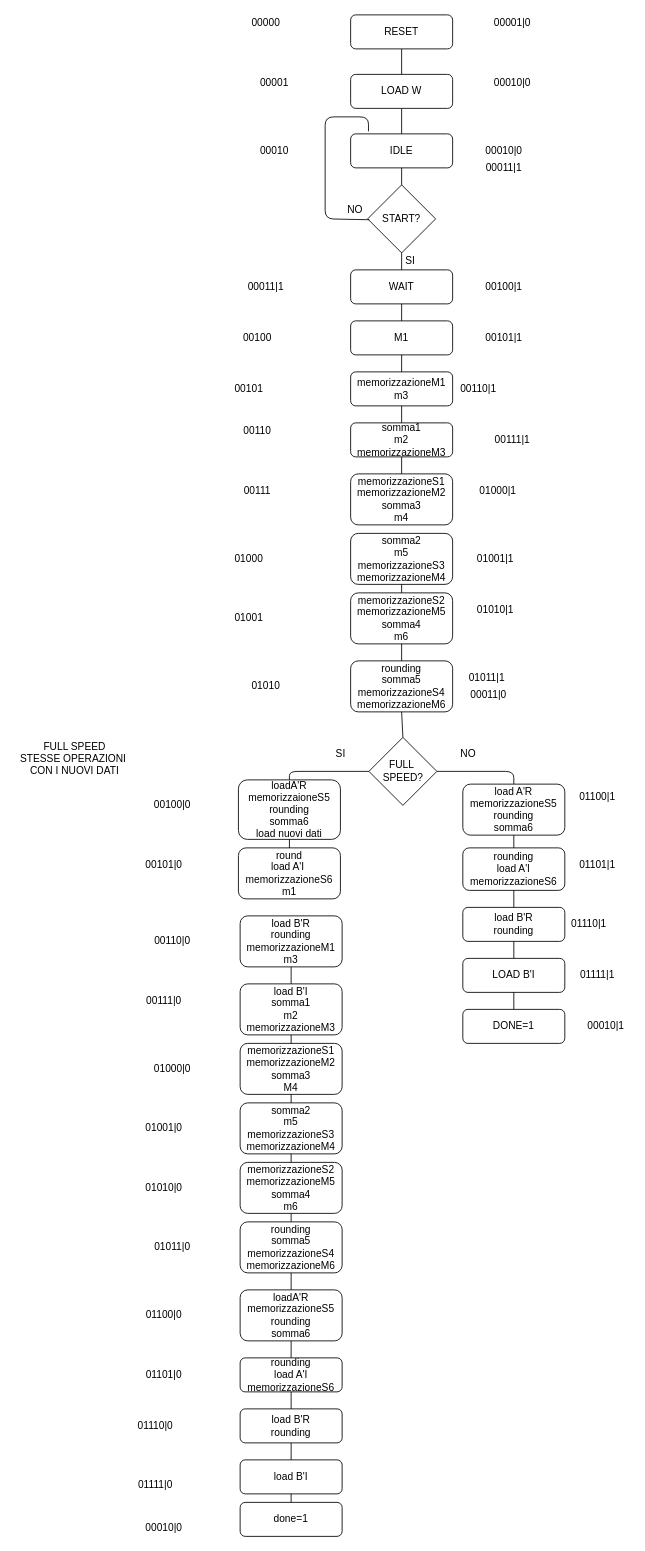
Above: butterfly/drawio/pallogramma butterfly.drawio in wackozz/SDI_20_21 (draw.io), before the change. Source tidied: cells renumbered, new cells numbered last; positions are measured from the earlier drawing's top-left corner, leaving out a move shared by most shapes. Both pictures are drawn from the tidied source at 85%, with x=0, y=0 at pixel (14, 14).
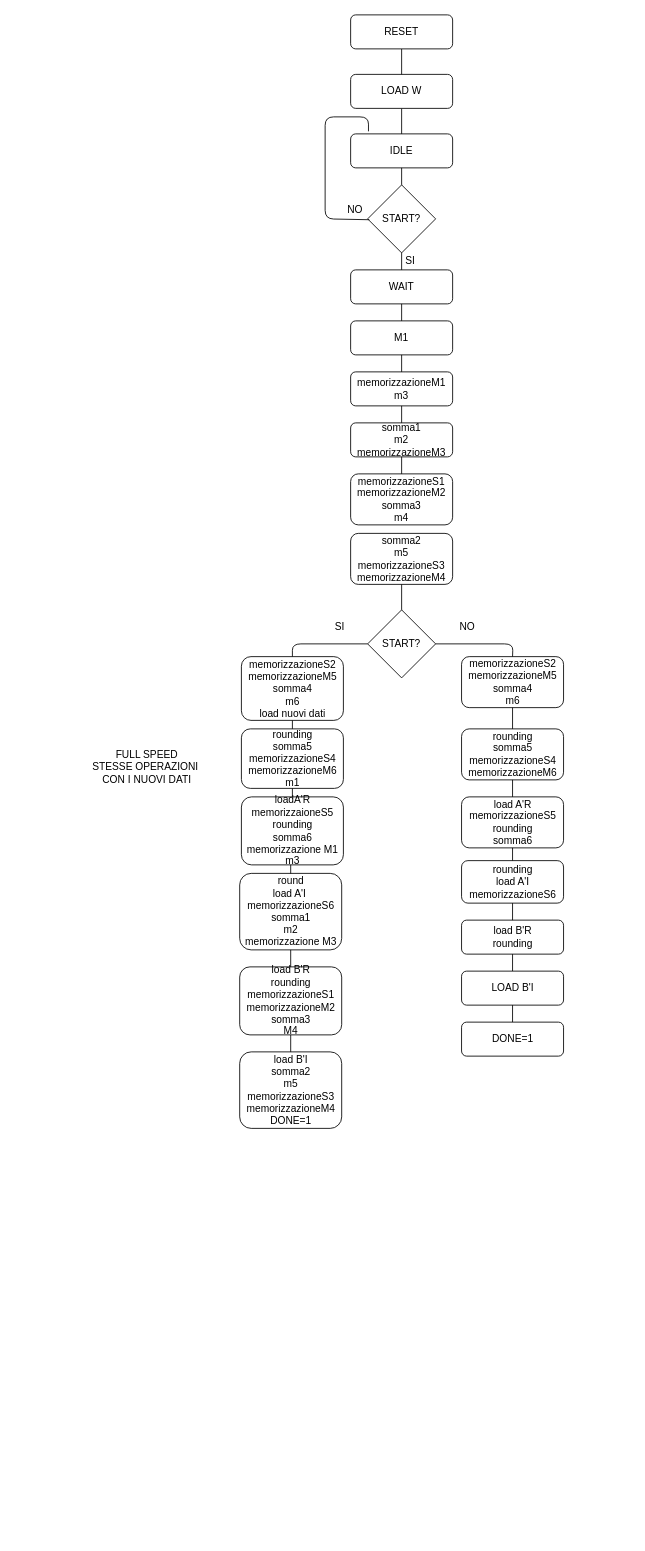
Above is the later version.

Unchanged cells that the change refers to:
```xml
<mxCell id="16" value="somma2&lt;br&gt;m5&lt;br&gt;memorizzazioneS3&lt;br&gt;memorizzazioneM4" style="rounded=1;whiteSpace=wrap;html=1;" parent="1" vertex="1">
  <mxGeometry x="395" y="610" width="120" height="60" as="geometry" />
</mxCell>
```

What changed in the source:
```diff
@@
-    <mxCell id="18" value="memorizzazioneS2&lt;br&gt;memorizzazioneM5&lt;br&gt;somma4&lt;br&gt;m6" style="rounded=1;whiteSpace=wrap;html=1;" parent="1" vertex="1">
-      <mxGeometry x="395" y="680" width="120" height="60" as="geometry" />
+    <mxCell id="18" value="memorizzazioneS2&lt;br&gt;memorizzazioneM5&lt;br&gt;somma4&lt;br&gt;m6&lt;br&gt;load nuovi dati" style="rounded=1;whiteSpace=wrap;html=1;" parent="1" vertex="1">
+      <mxGeometry x="266.5" y="755" width="120" height="75" as="geometry" />
     </mxCell>
-    <mxCell id="19" style="endArrow=none;html=1;exitX=0.5;exitY=1;exitDx=0;exitDy=0;entryX=0.5;entryY=0;entryDx=0;entryDy=0;" parent="1" edge="1" source="16" target="18">
-      <mxGeometry relative="1" as="geometry" />
-    </mxCell>
-    <mxCell id="20" value="FULL&amp;nbsp;&lt;br&gt;SPEED?" style="rhombus;whiteSpace=wrap;html=1;" parent="1" vertex="1">
-      <mxGeometry x="416.5" y="850" width="80" height="80" as="geometry" />
+    <mxCell id="20" value="START?" style="rhombus;whiteSpace=wrap;html=1;" parent="1" vertex="1">
+      <mxGeometry x="415" y="700" width="80" height="80" as="geometry" />
     </mxCell>
-    <mxCell id="21" style="endArrow=none;html=1;entryX=0;entryY=0.5;entryDx=0;entryDy=0;exitX=0.5;exitY=0;exitDx=0;exitDy=0;" parent="1" edge="1" source="25" target="20">
-      <mxGeometry relative="1" as="geometry">
-        <Array as="points">
-          <mxPoint x="323" y="890" />
-        </Array>
-      </mxGeometry>
-    </mxCell>
-    <mxCell id="22" style="endArrow=none;html=1;exitX=1;exitY=0.5;exitDx=0;exitDy=0;entryX=0.5;entryY=0;entryDx=0;entryDy=0;" parent="1" edge="1" source="20" target="37">
-      <mxGeometry relative="1" as="geometry">
-        <Array as="points">
-          <mxPoint x="587" y="890" />
-        </Array>
-      </mxGeometry>
-    </mxCell>
     <mxCell id="23" value="SI" style="text;html=1;align=center;verticalAlign=middle;" parent="1" vertex="1">
-      <mxGeometry x="368" y="860" width="30" height="20" as="geometry" />
+      <mxGeometry x="366.5" y="710" width="30" height="20" as="geometry" />
     </mxCell>
     <mxCell id="24" value="NO" style="text;html=1;align=center;verticalAlign=middle;" parent="1" vertex="1">
-      <mxGeometry x="518" y="860" width="30" height="20" as="geometry" />
+      <mxGeometry x="516.5" y="710" width="30" height="20" as="geometry" />
     </mxCell>
-    <mxCell id="25" value="loadA'R&lt;br&gt;memorizzaioneS5&lt;br&gt;rounding&lt;br&gt;somma6&lt;br&gt;load nuovi dati" style="rounded=1;whiteSpace=wrap;html=1;" parent="1" vertex="1">
-      <mxGeometry x="263" y="900" width="120" height="70" as="geometry" />
+    <mxCell id="25" value="loadA'R&lt;br&gt;memorizzaioneS5&lt;br&gt;rounding&lt;br&gt;somma6&lt;br&gt;memorizzazione M1&lt;br&gt;m3" style="rounded=1;whiteSpace=wrap;html=1;" parent="1" vertex="1">
+      <mxGeometry x="266.5" y="920" width="120" height="80" as="geometry" />
     </mxCell>
     <mxCell id="26" style="endArrow=none;html=1;entryX=0.5;entryY=1;entryDx=0;entryDy=0;" parent="1" edge="1">
       <mxGeometry relative="1" as="geometry">
-        <mxPoint x="323" y="990" as="sourcePoint" />
-        <mxPoint x="323" y="970" as="targetPoint" />
+        <mxPoint x="324.5" y="1020" as="sourcePoint" />
+        <mxPoint x="324.5" y="1000" as="targetPoint" />
       </mxGeometry>
     </mxCell>
-    <mxCell id="27" value="round&lt;br&gt;load A'I&amp;nbsp;&lt;br&gt;memorizzazioneS6&lt;br&gt;m1" style="rounded=1;whiteSpace=wrap;html=1;" parent="1" vertex="1">
-      <mxGeometry x="263" y="980" width="120" height="60" as="geometry" />
+    <mxCell id="27" value="round&lt;br&gt;load A'I&amp;nbsp;&lt;br&gt;memorizzazioneS6&lt;br&gt;somma1&lt;br&gt;m2&lt;br&gt;memorizzazione M3" style="rounded=1;whiteSpace=wrap;html=1;" parent="1" vertex="1">
+      <mxGeometry x="264.5" y="1010" width="120" height="90" as="geometry" />
     </mxCell>
-    <mxCell id="28" value="load B'R&lt;br&gt;rounding&lt;br&gt;memorizzazioneM1&lt;br&gt;m3" style="rounded=1;whiteSpace=wrap;html=1;" parent="1" vertex="1">
-      <mxGeometry x="265" y="1060" width="120" height="60" as="geometry" />
+    <mxCell id="28" value="load B'R&lt;br&gt;rounding&lt;br&gt;memorizzazioneS1&lt;br&gt;memorizzazioneM2&lt;br&gt;somma3&lt;br&gt;M4" style="rounded=1;whiteSpace=wrap;html=1;" parent="1" vertex="1">
+      <mxGeometry x="264.5" y="1120" width="120" height="80" as="geometry" />
     </mxCell>
-    <mxCell id="29" value="load B'I&lt;br&gt;somma1&lt;br&gt;m2&lt;br&gt;memorizzazioneM3" style="rounded=1;whiteSpace=wrap;html=1;" parent="1" vertex="1">
-      <mxGeometry x="265" y="1140" width="120" height="60" as="geometry" />
+    <mxCell id="29" value="load B'I&lt;br&gt;somma2&lt;br&gt;m5&lt;br&gt;memorizzazioneS3&lt;br&gt;memorizzazioneM4&lt;br&gt;DONE=1" style="rounded=1;whiteSpace=wrap;html=1;" parent="1" vertex="1">
+      <mxGeometry x="264.5" y="1220" width="120" height="90" as="geometry" />
     </mxCell>
-    <mxCell id="30" style="endArrow=none;html=1;entryX=0.5;entryY=1;entryDx=0;entryDy=0;" parent="1" edge="1" target="29">
-      <mxGeometry relative="1" as="geometry">
-        <mxPoint x="325" y="1270" as="sourcePoint" />
-      </mxGeometry>
-    </mxCell>
-    <mxCell id="31" value="memorizzazioneS1&lt;br&gt;memorizzazioneM2&lt;br&gt;somma3&lt;br&gt;M4" style="rounded=1;whiteSpace=wrap;html=1;" parent="1" vertex="1">
-      <mxGeometry x="265" y="1210" width="120" height="60" as="geometry" />
-    </mxCell>
-    <mxCell id="32" style="endArrow=none;html=1;exitX=0.5;exitY=1;exitDx=0;exitDy=0;" parent="1" edge="1" source="31">
-      <mxGeometry relative="1" as="geometry">
-        <mxPoint x="325" y="1330" as="targetPoint" />
-      </mxGeometry>
-    </mxCell>
-    <mxCell id="33" value="somma2&lt;br&gt;m5&lt;br&gt;memorizzazioneS3&lt;br&gt;memorizzazioneM4" style="rounded=1;whiteSpace=wrap;html=1;" parent="1" vertex="1">
-      <mxGeometry x="265" y="1280" width="120" height="60" as="geometry" />
-    </mxCell>
@@
-    <mxCell id="35" value="memorizzazioneS2&lt;br&gt;memorizzazioneM5&lt;br&gt;somma4&lt;br&gt;m6" style="rounded=1;whiteSpace=wrap;html=1;" parent="1" vertex="1">
-      <mxGeometry x="265" y="1350" width="120" height="60" as="geometry" />
-    </mxCell>
-    <mxCell id="36" style="endArrow=none;html=1;exitX=0.5;exitY=1;exitDx=0;exitDy=0;entryX=0.5;entryY=0;entryDx=0;entryDy=0;" parent="1" edge="1" source="33" target="35">
-      <mxGeometry relative="1" as="geometry" />
-    </mxCell>
     <mxCell id="37" value="load A'R&lt;br&gt;memorizzazioneS5&lt;br&gt;rounding&lt;br&gt;somma6" style="rounded=1;whiteSpace=wrap;html=1;" parent="1" vertex="1">
-      <mxGeometry x="527" y="905" width="120" height="60" as="geometry" />
+      <mxGeometry x="525.5" y="920" width="120" height="60" as="geometry" />
     </mxCell>
     <mxCell id="38" value="rounding&lt;br&gt;load A'I&lt;br&gt;memorizzazioneS6&lt;br&gt;" style="rounded=1;whiteSpace=wrap;html=1;" parent="1" vertex="1">
-      <mxGeometry x="527" y="980" width="120" height="50" as="geometry" />
+      <mxGeometry x="525.5" y="995" width="120" height="50" as="geometry" />
     </mxCell>
@@
-    <mxCell id="40" style="endArrow=none;html=1;exitX=0.5;exitY=1;exitDx=0;exitDy=0;" parent="1" edge="1" source="65">
-      <mxGeometry relative="1" as="geometry">
-        <mxPoint x="325" y="1460" as="targetPoint" />
-      </mxGeometry>
-    </mxCell>
     <mxCell id="41" value="load B'R&lt;br&gt;rounding" style="rounded=1;whiteSpace=wrap;html=1;" parent="1" vertex="1">
-      <mxGeometry x="527" y="1050" width="120" height="40" as="geometry" />
+      <mxGeometry x="525.5" y="1065" width="120" height="40" as="geometry" />
     </mxCell>
@@
     <mxCell id="43" value="FULL SPEED&lt;br&gt;STESSE OPERAZIONI&amp;nbsp;&lt;br&gt;CON I NUOVI DATI" style="text;html=1;align=center;verticalAlign=middle;" parent="1" vertex="1">
-      <mxGeometry y="850" width="140" height="50" as="geometry" />
+      <mxGeometry x="85" y="860" width="140" height="50" as="geometry" />
     </mxCell>
@@
     <mxCell id="49" style="endArrow=none;html=1;entryX=0.5;entryY=1;entryDx=0;entryDy=0;" parent="1" edge="1" target="41">
       <mxGeometry relative="1" as="geometry">
-        <mxPoint x="587" y="1110" as="sourcePoint" />
+        <mxPoint x="585.5" y="1125" as="sourcePoint" />
       </mxGeometry>
     </mxCell>
     <mxCell id="50" value="LOAD B'I" style="rounded=1;whiteSpace=wrap;html=1;" parent="1" vertex="1">
-      <mxGeometry x="527" y="1110" width="120" height="40" as="geometry" />
+      <mxGeometry x="525.5" y="1125" width="120" height="40" as="geometry" />
     </mxCell>
     <mxCell id="51" style="endArrow=none;html=1;entryX=0.5;entryY=1;entryDx=0;entryDy=0;" parent="1" edge="1" target="50">
       <mxGeometry relative="1" as="geometry">
-        <mxPoint x="587" y="1170" as="sourcePoint" />
+        <mxPoint x="585.5" y="1185" as="sourcePoint" />
       </mxGeometry>
     </mxCell>
     <mxCell id="52" value="DONE=1" style="rounded=1;whiteSpace=wrap;html=1;" parent="1" vertex="1">
-      <mxGeometry x="527" y="1170" width="120" height="40" as="geometry" />
+      <mxGeometry x="525.5" y="1185" width="120" height="40" as="geometry" />
     </mxCell>
-    <mxCell id="53" value="loadA'R&lt;br&gt;memorizzazioneS5&lt;br&gt;rounding&lt;br&gt;somma6" style="rounded=1;whiteSpace=wrap;html=1;" parent="1" vertex="1">
-      <mxGeometry x="265" y="1500" width="120" height="60" as="geometry" />
-    </mxCell>
-    <mxCell id="54" style="endArrow=none;html=1;entryX=0.5;entryY=1;entryDx=0;entryDy=0;exitX=0.5;exitY=0;exitDx=0;exitDy=0;" parent="1" edge="1" source="53" target="65">
-      <mxGeometry relative="1" as="geometry" />
-    </mxCell>
-    <mxCell id="55" value="rounding&lt;br&gt;load A'I&lt;br&gt;memorizzazioneS6" style="rounded=1;whiteSpace=wrap;html=1;" parent="1" vertex="1">
-      <mxGeometry x="265" y="1580" width="120" height="40" as="geometry" />
-    </mxCell>
-    <mxCell id="56" style="endArrow=none;html=1;entryX=0.5;entryY=1;entryDx=0;entryDy=0;exitX=0.5;exitY=0;exitDx=0;exitDy=0;" parent="1" edge="1" source="55" target="53">
-      <mxGeometry relative="1" as="geometry" />
-    </mxCell>
-    <mxCell id="57" style="endArrow=none;html=1;entryX=0.5;entryY=1;entryDx=0;entryDy=0;" parent="1" edge="1" target="55">
-      <mxGeometry relative="1" as="geometry">
-        <mxPoint x="325" y="1640" as="sourcePoint" />
-      </mxGeometry>
-    </mxCell>
-    <mxCell id="58" value="load B'R&lt;br&gt;rounding" style="rounded=1;whiteSpace=wrap;html=1;" parent="1" vertex="1">
-      <mxGeometry x="265" y="1640" width="120" height="40" as="geometry" />
-    </mxCell>
-    <mxCell id="59" style="endArrow=none;html=1;entryX=0.5;entryY=1;entryDx=0;entryDy=0;" parent="1" edge="1" target="58">
-      <mxGeometry relative="1" as="geometry">
-        <mxPoint x="325" y="1700" as="sourcePoint" />
-      </mxGeometry>
-    </mxCell>
-    <mxCell id="60" value="load B'I" style="rounded=1;whiteSpace=wrap;html=1;" parent="1" vertex="1">
-      <mxGeometry x="265" y="1700" width="120" height="40" as="geometry" />
-    </mxCell>
@@
-    <mxCell id="62" value="rounding&lt;br&gt;somma5&lt;br&gt;memorizzazioneS4&lt;br&gt;memorizzazioneM6" style="rounded=1;whiteSpace=wrap;html=1;" parent="1" vertex="1">
-      <mxGeometry x="395" y="760" width="120" height="60" as="geometry" />
+    <mxCell id="62" value="rounding&lt;br&gt;somma5&lt;br&gt;memorizzazioneS4&lt;br&gt;memorizzazioneM6&lt;br&gt;m1" style="rounded=1;whiteSpace=wrap;html=1;" parent="1" vertex="1">
+      <mxGeometry x="266.5" y="840" width="120" height="70" as="geometry" />
     </mxCell>
+    <mxCell id="111" style="endArrow=none;html=1;entryX=0;entryY=0.5;entryDx=0;entryDy=0;exitX=0.5;exitY=0;exitDx=0;exitDy=0;" parent="1" edge="1" source="18" target="20">
+      <mxGeometry relative="1" as="geometry">
+        <Array as="points">
+          <mxPoint x="326.5" y="740" />
+        </Array>
+      </mxGeometry>
+    </mxCell>
@@
-    <mxCell id="64" style="endArrow=none;html=1;entryX=0.5;entryY=1;entryDx=0;entryDy=0;exitX=0.5;exitY=0;exitDx=0;exitDy=0;" parent="1" edge="1" source="20" target="62">
-      <mxGeometry relative="1" as="geometry" />
-    </mxCell>
+    <mxCell id="112" style="endArrow=none;html=1;exitX=0.5;exitY=0;exitDx=0;exitDy=0;entryX=0.5;entryY=1;entryDx=0;entryDy=0;" parent="1" edge="1" source="25" target="62">
+      <mxGeometry relative="1" as="geometry" />
+    </mxCell>
+    <mxCell id="113" style="endArrow=none;html=1;exitX=0.5;exitY=0;exitDx=0;exitDy=0;entryX=0.5;entryY=1;entryDx=0;entryDy=0;" parent="1" edge="1" source="28" target="27">
+      <mxGeometry relative="1" as="geometry" />
+    </mxCell>
+    <mxCell id="114" style="endArrow=none;html=1;entryX=0.5;entryY=1;entryDx=0;entryDy=0;exitX=0.5;exitY=0;exitDx=0;exitDy=0;" parent="1" edge="1" source="20" target="16">
+      <mxGeometry relative="1" as="geometry" />
+    </mxCell>
+    <mxCell id="35" value="memorizzazioneS2&lt;br&gt;memorizzazioneM5&lt;br&gt;somma4&lt;br&gt;m6" style="rounded=1;whiteSpace=wrap;html=1;" parent="1" vertex="1">
+      <mxGeometry x="525.5" y="755" width="120" height="60" as="geometry" />
+    </mxCell>
     <mxCell id="65" value="rounding&lt;br&gt;somma5&lt;br&gt;memorizzazioneS4&lt;br&gt;memorizzazioneM6" style="rounded=1;whiteSpace=wrap;html=1;" parent="1" vertex="1">
-      <mxGeometry x="265" y="1420" width="120" height="60" as="geometry" />
+      <mxGeometry x="525.5" y="840" width="120" height="60" as="geometry" />
     </mxCell>
-    <mxCell id="66" style="endArrow=none;html=1;exitX=0.5;exitY=1;exitDx=0;exitDy=0;" parent="1" edge="1" source="35" target="65">
-      <mxGeometry relative="1" as="geometry" />
-    </mxCell>
-    <mxCell id="67" value="done=1" style="rounded=1;whiteSpace=wrap;html=1;" parent="1" vertex="1">
-      <mxGeometry x="265" y="1750" width="120" height="40" as="geometry" />
-    </mxCell>
-    <mxCell id="68" style="endArrow=none;html=1;entryX=0.5;entryY=1;entryDx=0;entryDy=0;exitX=0.5;exitY=0;exitDx=0;exitDy=0;" parent="1" edge="1" source="67" target="60">
-      <mxGeometry relative="1" as="geometry" />
-    </mxCell>
-    <mxCell id="69" value="00000" style="text;html=1;align=center;verticalAlign=middle;" parent="1" vertex="1">
-      <mxGeometry x="270" width="50" height="20" as="geometry" />
-    </mxCell>
-    <mxCell id="70" value="00001|0" style="text;html=1;align=center;verticalAlign=middle;" parent="1" vertex="1">
-      <mxGeometry x="555" width="60" height="20" as="geometry" />
-    </mxCell>
-    <mxCell id="71" value="00001" style="text;html=1;align=center;verticalAlign=middle;" parent="1" vertex="1">
-      <mxGeometry x="280" y="70" width="50" height="20" as="geometry" />
-    </mxCell>
-    <mxCell id="72" value="00010|0" style="text;html=1;align=center;verticalAlign=middle;" parent="1" vertex="1">
-      <mxGeometry x="555" y="70" width="60" height="20" as="geometry" />
-    </mxCell>
-    <mxCell id="73" value="00010" style="text;html=1;align=center;verticalAlign=middle;" parent="1" vertex="1">
-      <mxGeometry x="280" y="150" width="50" height="20" as="geometry" />
-    </mxCell>
-    <mxCell id="74" value="00010|0" style="text;html=1;align=center;verticalAlign=middle;" parent="1" vertex="1">
-      <mxGeometry x="545" y="150" width="60" height="20" as="geometry" />
-    </mxCell>
-    <mxCell id="75" value="00011|1" style="text;html=1;align=center;verticalAlign=middle;" parent="1" vertex="1">
-      <mxGeometry x="545" y="170" width="60" height="20" as="geometry" />
-    </mxCell>
-    <mxCell id="76" value="00011|1" style="text;html=1;align=center;verticalAlign=middle;" parent="1" vertex="1">
-      <mxGeometry x="265" y="310" width="60" height="20" as="geometry" />
-    </mxCell>
-    <mxCell id="77" value="00100|1" style="text;html=1;align=center;verticalAlign=middle;" parent="1" vertex="1">
-      <mxGeometry x="545" y="310" width="60" height="20" as="geometry" />
-    </mxCell>
-    <mxCell id="78" value="00100" style="text;html=1;align=center;verticalAlign=middle;" parent="1" vertex="1">
-      <mxGeometry x="260" y="370" width="50" height="20" as="geometry" />
-    </mxCell>
-    <mxCell id="79" value="00101|1" style="text;html=1;align=center;verticalAlign=middle;" parent="1" vertex="1">
-      <mxGeometry x="545" y="370" width="60" height="20" as="geometry" />
-    </mxCell>
-    <mxCell id="80" value="00101" style="text;html=1;align=center;verticalAlign=middle;" parent="1" vertex="1">
-      <mxGeometry x="250" y="430" width="50" height="20" as="geometry" />
-    </mxCell>
-    <mxCell id="81" value="00110|1" style="text;html=1;align=center;verticalAlign=middle;" parent="1" vertex="1">
-      <mxGeometry x="515" y="430" width="60" height="20" as="geometry" />
-    </mxCell>
-    <mxCell id="82" value="00110" style="text;html=1;align=center;verticalAlign=middle;" parent="1" vertex="1">
-      <mxGeometry x="260" y="480" width="50" height="20" as="geometry" />
-    </mxCell>
-    <mxCell id="83" value="00111|1" style="text;html=1;align=center;verticalAlign=middle;" parent="1" vertex="1">
-      <mxGeometry x="555" y="490" width="60" height="20" as="geometry" />
-    </mxCell>
-    <mxCell id="84" value="00111" style="text;html=1;align=center;verticalAlign=middle;" parent="1" vertex="1">
-      <mxGeometry x="260" y="550" width="50" height="20" as="geometry" />
-    </mxCell>
-    <mxCell id="85" value="01000|1" style="text;html=1;align=center;verticalAlign=middle;" parent="1" vertex="1">
-      <mxGeometry x="538" y="550" width="60" height="20" as="geometry" />
-    </mxCell>
-    <mxCell id="86" value="01000" style="text;html=1;align=center;verticalAlign=middle;" parent="1" vertex="1">
-      <mxGeometry x="250" y="630" width="50" height="20" as="geometry" />
-    </mxCell>
-    <mxCell id="87" value="01001|1" style="text;html=1;align=center;verticalAlign=middle;" parent="1" vertex="1">
-      <mxGeometry x="535" y="630" width="60" height="20" as="geometry" />
-    </mxCell>
-    <mxCell id="88" value="01001" style="text;html=1;align=center;verticalAlign=middle;" parent="1" vertex="1">
-      <mxGeometry x="250" y="700" width="50" height="20" as="geometry" />
-    </mxCell>
-    <mxCell id="89" value="01010|1" style="text;html=1;align=center;verticalAlign=middle;" parent="1" vertex="1">
-      <mxGeometry x="535" y="690" width="60" height="20" as="geometry" />
-    </mxCell>
-    <mxCell id="90" value="01010" style="text;html=1;align=center;verticalAlign=middle;" parent="1" vertex="1">
-      <mxGeometry x="270" y="780" width="50" height="20" as="geometry" />
-    </mxCell>
-    <mxCell id="91" value="01011|1" style="text;html=1;align=center;verticalAlign=middle;" parent="1" vertex="1">
-      <mxGeometry x="525" y="770" width="60" height="20" as="geometry" />
-    </mxCell>
-    <mxCell id="92" value="00011|0" style="text;html=1;align=center;verticalAlign=middle;" parent="1" vertex="1">
-      <mxGeometry x="527" y="790" width="60" height="20" as="geometry" />
-    </mxCell>
-    <mxCell id="93" value="01100|1" style="text;html=1;align=center;verticalAlign=middle;" parent="1" vertex="1">
-      <mxGeometry x="655" y="910" width="60" height="20" as="geometry" />
-    </mxCell>
-    <mxCell id="94" value="01101|1" style="text;html=1;align=center;verticalAlign=middle;" parent="1" vertex="1">
-      <mxGeometry x="655" y="990" width="60" height="20" as="geometry" />
-    </mxCell>
-    <mxCell id="95" value="01110|1" style="text;html=1;align=center;verticalAlign=middle;" parent="1" vertex="1">
-      <mxGeometry x="645" y="1060" width="60" height="20" as="geometry" />
-    </mxCell>
-    <mxCell id="96" value="01111|1" style="text;html=1;align=center;verticalAlign=middle;" parent="1" vertex="1">
-      <mxGeometry x="655" y="1120" width="60" height="20" as="geometry" />
-    </mxCell>
-    <mxCell id="97" value="00010|1" style="text;html=1;align=center;verticalAlign=middle;" parent="1" vertex="1">
-      <mxGeometry x="665" y="1180" width="60" height="20" as="geometry" />
-    </mxCell>
-    <mxCell id="98" value="00100|0" style="text;html=1;align=center;verticalAlign=middle;" parent="1" vertex="1">
-      <mxGeometry x="155" y="920" width="60" height="20" as="geometry" />
-    </mxCell>
-    <mxCell id="99" value="00101|0" style="text;html=1;align=center;verticalAlign=middle;" parent="1" vertex="1">
-      <mxGeometry x="145" y="990" width="60" height="20" as="geometry" />
-    </mxCell>
-    <mxCell id="100" value="00110|0" style="text;html=1;align=center;verticalAlign=middle;" parent="1" vertex="1">
-      <mxGeometry x="155" y="1080" width="60" height="20" as="geometry" />
-    </mxCell>
-    <mxCell id="101" value="00111|0" style="text;html=1;align=center;verticalAlign=middle;" parent="1" vertex="1">
-      <mxGeometry x="145" y="1150" width="60" height="20" as="geometry" />
-    </mxCell>
-    <mxCell id="102" value="01000|0" style="text;html=1;align=center;verticalAlign=middle;" parent="1" vertex="1">
-      <mxGeometry x="155" y="1230" width="60" height="20" as="geometry" />
-    </mxCell>
-    <mxCell id="103" value="01001|0" style="text;html=1;align=center;verticalAlign=middle;" parent="1" vertex="1">
-      <mxGeometry x="145" y="1300" width="60" height="20" as="geometry" />
-    </mxCell>
-    <mxCell id="104" value="01010|0" style="text;html=1;align=center;verticalAlign=middle;" parent="1" vertex="1">
-      <mxGeometry x="145" y="1370" width="60" height="20" as="geometry" />
-    </mxCell>
-    <mxCell id="105" value="01011|0" style="text;html=1;align=center;verticalAlign=middle;" parent="1" vertex="1">
-      <mxGeometry x="155" y="1440" width="60" height="20" as="geometry" />
-    </mxCell>
-    <mxCell id="106" value="01100|0" style="text;html=1;align=center;verticalAlign=middle;" parent="1" vertex="1">
-      <mxGeometry x="145" y="1520" width="60" height="20" as="geometry" />
-    </mxCell>
-    <mxCell id="107" value="01101|0" style="text;html=1;align=center;verticalAlign=middle;" parent="1" vertex="1">
-      <mxGeometry x="145" y="1590" width="60" height="20" as="geometry" />
-    </mxCell>
-    <mxCell id="108" value="01110|0" style="text;html=1;align=center;verticalAlign=middle;" parent="1" vertex="1">
-      <mxGeometry x="135" y="1650" width="60" height="20" as="geometry" />
-    </mxCell>
-    <mxCell id="109" value="01111|0" style="text;html=1;align=center;verticalAlign=middle;" parent="1" vertex="1">
-      <mxGeometry x="135" y="1720" width="60" height="20" as="geometry" />
-    </mxCell>
-    <mxCell id="110" value="00010|0" style="text;html=1;align=center;verticalAlign=middle;" parent="1" vertex="1">
-      <mxGeometry x="145" y="1770" width="60" height="20" as="geometry" />
-    </mxCell>
+    <mxCell id="115" style="endArrow=none;html=1;entryX=0.5;entryY=1;entryDx=0;entryDy=0;exitX=0.5;exitY=0;exitDx=0;exitDy=0;" parent="1" edge="1" source="65" target="35">
+      <mxGeometry relative="1" as="geometry" />
+    </mxCell>
+    <mxCell id="116" style="endArrow=none;html=1;entryX=0.5;entryY=1;entryDx=0;entryDy=0;exitX=0.5;exitY=0;exitDx=0;exitDy=0;" parent="1" edge="1" source="37" target="65">
+      <mxGeometry relative="1" as="geometry" />
+    </mxCell>
+    <mxCell id="117" style="endArrow=none;html=1;exitX=1;exitY=0.5;exitDx=0;exitDy=0;entryX=0.5;entryY=0;entryDx=0;entryDy=0;" parent="1" edge="1" source="20" target="35">
+      <mxGeometry relative="1" as="geometry">
+        <Array as="points">
+          <mxPoint x="586" y="740" />
+        </Array>
+      </mxGeometry>
+    </mxCell>
```
